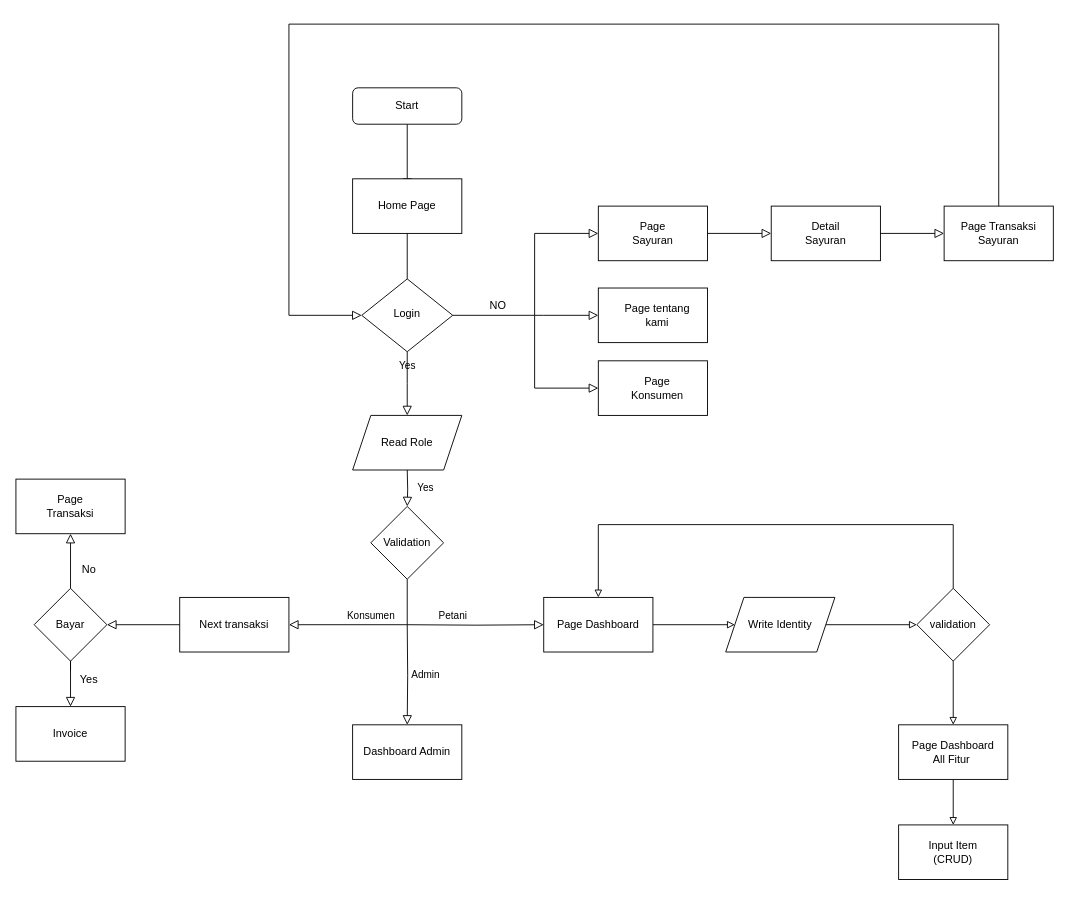
rizkanfirmansyah/diagram_algoritma keeps this draw.io diagram as Untitled Diagram.drawio. Above is the earlier version. Source tidied: cells renumbered, new cells numbered last; positions are measured from the earlier drawing's top-left corner, leaving out a move shared by most shapes. Both pictures are drawn from the tidied source at 91%, with x=0, y=0 at pixel (15, 24).
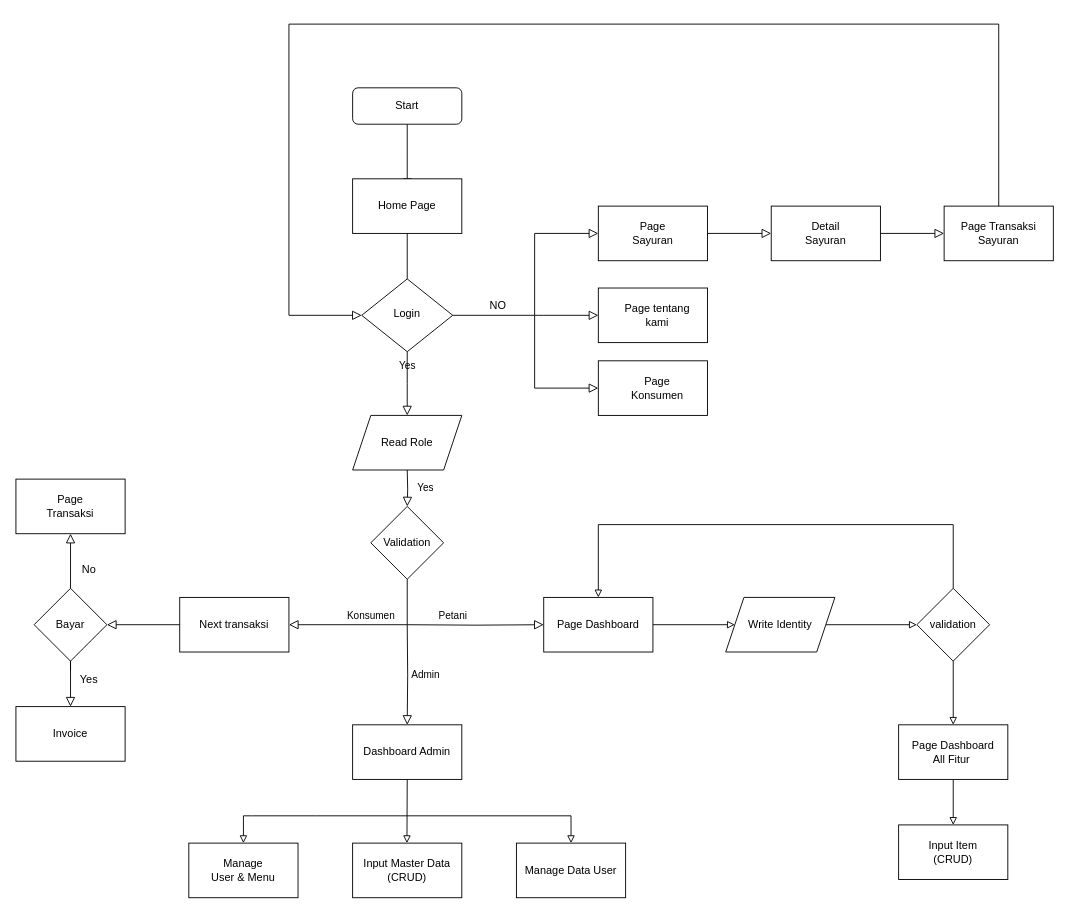
After the change.

Unchanged cells that the change refers to:
```xml
<mxCell id="32" value="Dashboard Admin" style="rounded=0;whiteSpace=wrap;html=1;hachureGap=4;" parent="1" vertex="1">
  <mxGeometry x="370" y="770" width="120" height="60" as="geometry" />
</mxCell>
```

What changed in the source:
```diff
@@
+    <mxCell id="56" style="edgeStyle=none;rounded=0;jettySize=auto;html=1;exitX=0.5;exitY=1;exitDx=0;exitDy=0;endArrow=block;endFill=0;sourcePerimeterSpacing=8;targetPerimeterSpacing=8;strokeColor=#000000;" parent="1" edge="1" source="32">
+      <mxGeometry relative="1" as="geometry">
+        <mxPoint x="429.7" y="900" as="targetPoint" />
+      </mxGeometry>
+    </mxCell>
@@
+    <mxCell id="57" value="Input Master Data&lt;br&gt;(CRUD)" style="rounded=0;whiteSpace=wrap;html=1;hachureGap=4;" parent="1" vertex="1">
+      <mxGeometry x="370" y="900" width="120" height="60" as="geometry" />
+    </mxCell>
+    <mxCell id="58" value="Manage &lt;br&gt;User &amp;amp;&amp;nbsp;Menu" style="rounded=0;whiteSpace=wrap;html=1;hachureGap=4;" parent="1" vertex="1">
+      <mxGeometry x="190" y="900" width="120" height="60" as="geometry" />
+    </mxCell>
+    <mxCell id="59" style="edgeStyle=none;rounded=0;jettySize=auto;html=1;endArrow=block;endFill=0;sourcePerimeterSpacing=8;targetPerimeterSpacing=8;strokeColor=#000000;entryX=0.5;entryY=0;entryDx=0;entryDy=0;" parent="1" edge="1" target="58">
+      <mxGeometry relative="1" as="geometry">
+        <mxPoint x="430" y="870" as="sourcePoint" />
+        <Array as="points">
+          <mxPoint x="330" y="870" />
+          <mxPoint x="260" y="870" />
+          <mxPoint x="250" y="870" />
+        </Array>
+      </mxGeometry>
+    </mxCell>
+    <mxCell id="60" style="edgeStyle=none;rounded=0;jettySize=auto;html=1;endArrow=block;endFill=0;sourcePerimeterSpacing=8;targetPerimeterSpacing=8;strokeColor=#000000;entryX=0.5;entryY=0;entryDx=0;entryDy=0;" parent="1" edge="1" target="61">
+      <mxGeometry relative="1" as="geometry">
+        <mxPoint x="430" y="870" as="sourcePoint" />
+        <Array as="points">
+          <mxPoint x="610" y="870" />
+        </Array>
+      </mxGeometry>
+    </mxCell>
+    <mxCell id="61" value="Manage Data User" style="rounded=0;whiteSpace=wrap;html=1;hachureGap=4;" parent="1" vertex="1">
+      <mxGeometry x="550" y="900" width="120" height="60" as="geometry" />
+    </mxCell>
```
